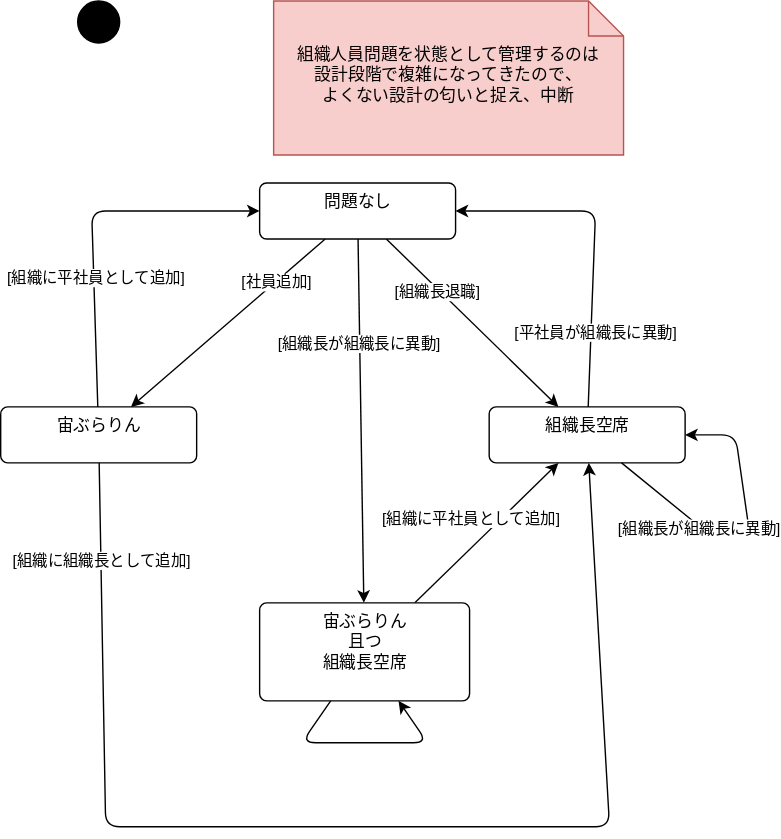
This is Designs/ステートマシン/組織人員問題.svg from bosssanovar/LightMvvmSample, a draw.io export, as it was before one commit. Source tidied: cells renumbered, new cells last; positions are measured from the earlier drawing's top-left corner, leaving out a move shared by most shapes. The source it was exported from:
```xml
<mxGraphModel>
  <root>
    <mxCell id="0" />
    <mxCell id="1" parent="0" />
    <mxCell id="2" style="ellipse;fillColor=strokeColor;" parent="1" vertex="1">
      <mxGeometry x="55" width="30" height="30" as="geometry" />
    </mxCell>
    <mxCell id="3" style="edgeStyle=none;html=1;" parent="1" edge="1" source="9" target="17">
      <mxGeometry relative="1" as="geometry" />
    </mxCell>
    <mxCell id="4" value="[組織長退職]" style="edgeLabel;html=1;align=center;verticalAlign=middle;" parent="3" vertex="1">
      <mxGeometry x="-0.39" y="-2" relative="1" as="geometry" />
    </mxCell>
    <mxCell id="5" style="edgeStyle=none;html=1;" parent="1" edge="1" source="9" target="20">
      <mxGeometry relative="1" as="geometry" />
    </mxCell>
    <mxCell id="6" value="[組織長が組織長に異動]" style="edgeLabel;html=1;align=center;verticalAlign=middle;" parent="5" vertex="1">
      <mxGeometry x="-0.43" y="-1" relative="1" as="geometry" />
    </mxCell>
    <mxCell id="7" style="edgeStyle=none;html=1;" parent="1" edge="1" source="9" target="14">
      <mxGeometry relative="1" as="geometry" />
    </mxCell>
    <mxCell id="8" value="[社員追加]" style="edgeLabel;html=1;align=center;verticalAlign=middle;" parent="7" vertex="1">
      <mxGeometry x="-0.48" relative="1" as="geometry" />
    </mxCell>
    <mxCell id="9" value="問題なし" style="html=1;align=center;verticalAlign=top;rounded=1;absoluteArcSize=1;arcSize=10;dashed=0;" parent="1" vertex="1">
      <mxGeometry x="185" y="130" width="140" height="40" as="geometry" />
    </mxCell>
    <mxCell id="10" style="edgeStyle=none;html=1;" parent="1" edge="1" source="14" target="9">
      <mxGeometry relative="1" as="geometry">
        <Array as="points">
          <mxPoint x="65" y="150" />
        </Array>
      </mxGeometry>
    </mxCell>
    <mxCell id="11" value="[組織に平社員として追加]" style="edgeLabel;html=1;align=center;verticalAlign=middle;" parent="10" vertex="1">
      <mxGeometry x="-0.28" y="-1" relative="1" as="geometry" />
    </mxCell>
    <mxCell id="12" style="edgeStyle=none;html=1;" parent="1" edge="1" source="14" target="17">
      <mxGeometry relative="1" as="geometry">
        <Array as="points">
          <mxPoint x="75" y="590" />
          <mxPoint x="435" y="590" />
        </Array>
      </mxGeometry>
    </mxCell>
    <mxCell id="13" value="[組織に組織長として追加]" style="edgeLabel;html=1;align=center;verticalAlign=middle;" parent="12" vertex="1">
      <mxGeometry x="-0.84" relative="1" as="geometry" />
    </mxCell>
    <mxCell id="14" value="宙ぶらりん" style="html=1;align=center;verticalAlign=top;rounded=1;absoluteArcSize=1;arcSize=10;dashed=0;comic=0;" parent="1" vertex="1">
      <mxGeometry y="290" width="140" height="40" as="geometry" />
    </mxCell>
    <mxCell id="15" style="edgeStyle=none;html=1;" parent="1" edge="1" source="17" target="9">
      <mxGeometry relative="1" as="geometry">
        <Array as="points">
          <mxPoint x="425" y="150" />
        </Array>
      </mxGeometry>
    </mxCell>
    <mxCell id="16" value="[平社員が組織長に異動]" style="edgeLabel;html=1;align=center;verticalAlign=middle;" parent="15" vertex="1">
      <mxGeometry x="-0.55" y="-3" relative="1" as="geometry" />
    </mxCell>
    <mxCell id="17" value="組織長空席" style="html=1;align=center;verticalAlign=top;rounded=1;absoluteArcSize=1;arcSize=10;dashed=0;" parent="1" vertex="1">
      <mxGeometry x="349" y="290" width="140" height="40" as="geometry" />
    </mxCell>
    <mxCell id="18" style="edgeStyle=none;html=1;" parent="1" edge="1" source="20" target="17">
      <mxGeometry relative="1" as="geometry" />
    </mxCell>
    <mxCell id="19" value="[組織に平社員として追加]" style="edgeLabel;html=1;align=center;verticalAlign=middle;" parent="18" vertex="1">
      <mxGeometry x="-0.55" y="3" relative="1" as="geometry">
        <mxPoint x="18" y="-35" as="offset" />
      </mxGeometry>
    </mxCell>
    <mxCell id="20" value="宙ぶらりん&lt;br&gt;且つ&lt;br&gt;組織長空席" style="html=1;align=center;verticalAlign=top;rounded=1;absoluteArcSize=1;arcSize=10;dashed=0;" parent="1" vertex="1">
      <mxGeometry x="185" y="430" width="150" height="70" as="geometry" />
    </mxCell>
    <mxCell id="21" style="edgeStyle=none;html=1;" parent="1" edge="1" source="17" target="17">
      <mxGeometry relative="1" as="geometry">
        <Array as="points">
          <mxPoint x="505" y="380" />
          <mxPoint x="535" y="380" />
          <mxPoint x="525" y="310" />
        </Array>
      </mxGeometry>
    </mxCell>
    <mxCell id="22" value="[組織長が組織長に異動]" style="edgeLabel;html=1;align=center;verticalAlign=middle;" parent="21" vertex="1">
      <mxGeometry x="-0.34" y="-1" relative="1" as="geometry" />
    </mxCell>
    <mxCell id="23" style="edgeStyle=none;html=1;" parent="1" edge="1" source="20" target="20">
      <mxGeometry relative="1" as="geometry">
        <Array as="points">
          <mxPoint x="305" y="530" />
        </Array>
      </mxGeometry>
    </mxCell>
    <mxCell id="24" value="組織人員問題を状態として管理するのは&lt;br&gt;設計段階で複雑になってきたので、&lt;br&gt;よくない設計の匂いと捉え、中断" style="shape=note2;boundedLbl=1;whiteSpace=wrap;html=1;size=25;verticalAlign=top;align=center;comic=0;fillColor=#f8cecc;strokeColor=#b85450;" parent="1" vertex="1">
      <mxGeometry x="195" width="250" height="110" as="geometry" />
    </mxCell>
  </root>
</mxGraphModel>
```
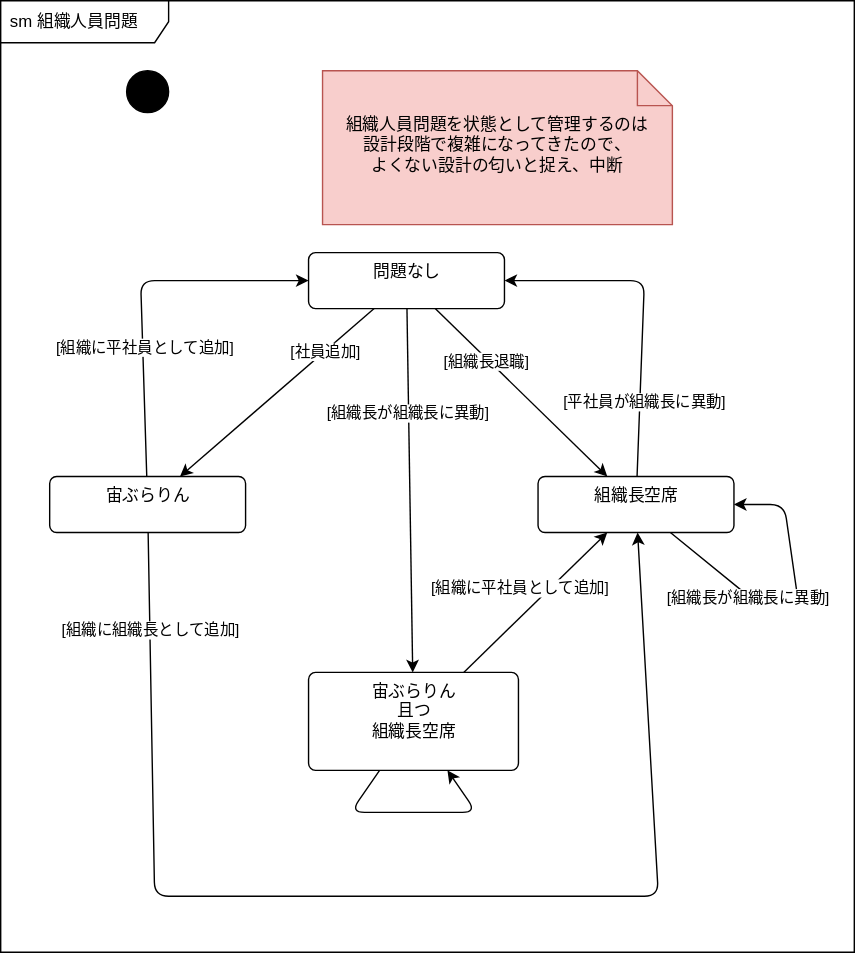
The same diagram one commit later.

Diff of the diagram source:
```diff
@@ -2,6 +2,9 @@
   <root>
     <mxCell id="0" />
     <mxCell id="1" parent="0" />
+    <mxCell id="25" value="sm 組織人員問題" style="shape=umlFrame;whiteSpace=wrap;html=1;width=120;height=30;boundedLbl=1;verticalAlign=middle;align=left;spacingLeft=5;swimlaneFillColor=default;" parent="1" vertex="1">
+      <mxGeometry x="-35" y="-50" width="610" height="680" as="geometry" />
+    </mxCell>
     <mxCell id="2" style="ellipse;fillColor=strokeColor;" parent="1" vertex="1">
       <mxGeometry x="55" width="30" height="30" as="geometry" />
     </mxCell>
```
